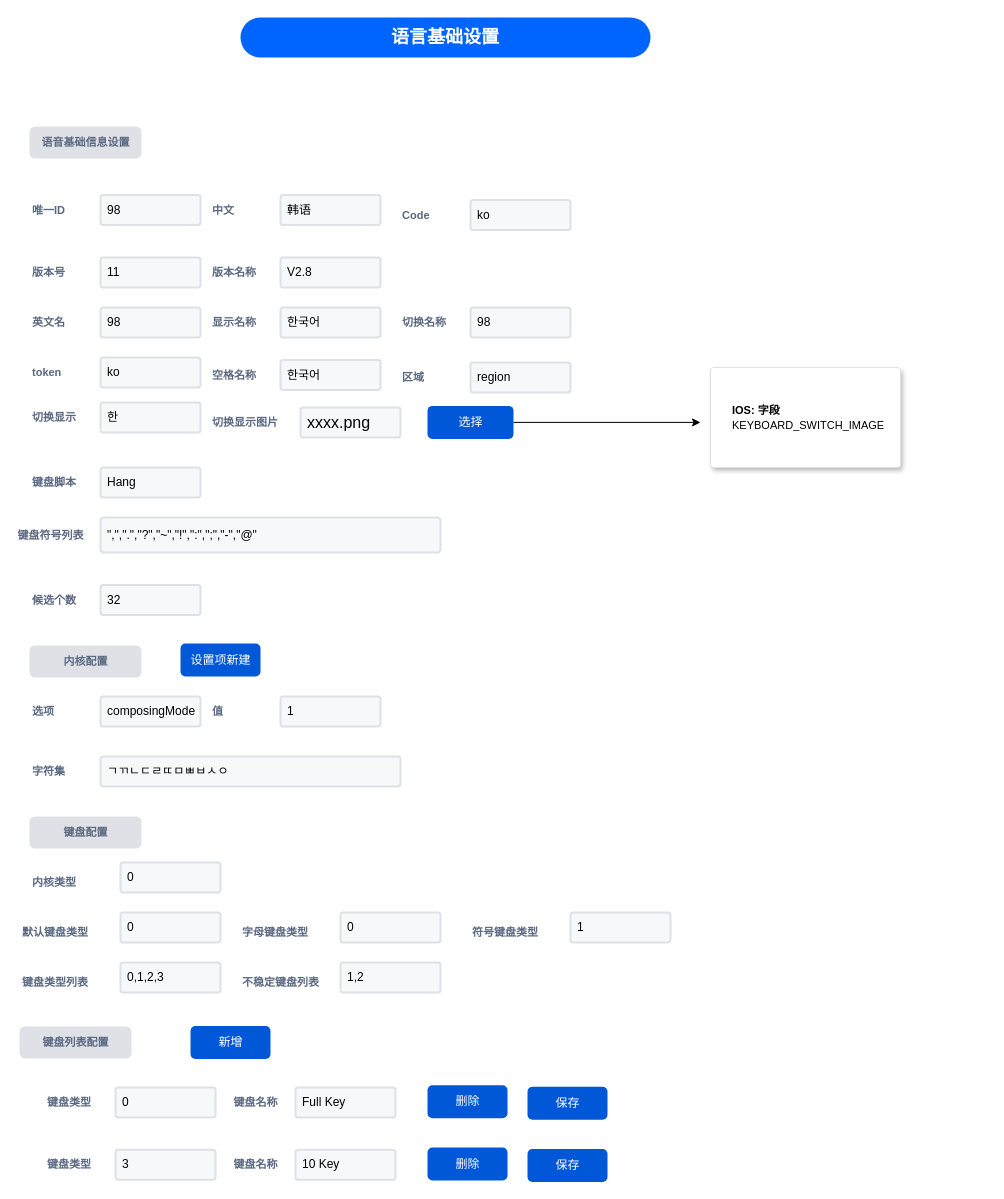
Before: layout-editor/语言基本信息.drawio in chonglv/charts, a draw.io diagram. Source tidied: cells renumbered, new cells numbered last; positions are measured from the earlier drawing's top-left corner, leaving out a move shared by most shapes. Both pictures are drawn from the tidied source at 100%, with x=0, y=0 at pixel (20, 17).
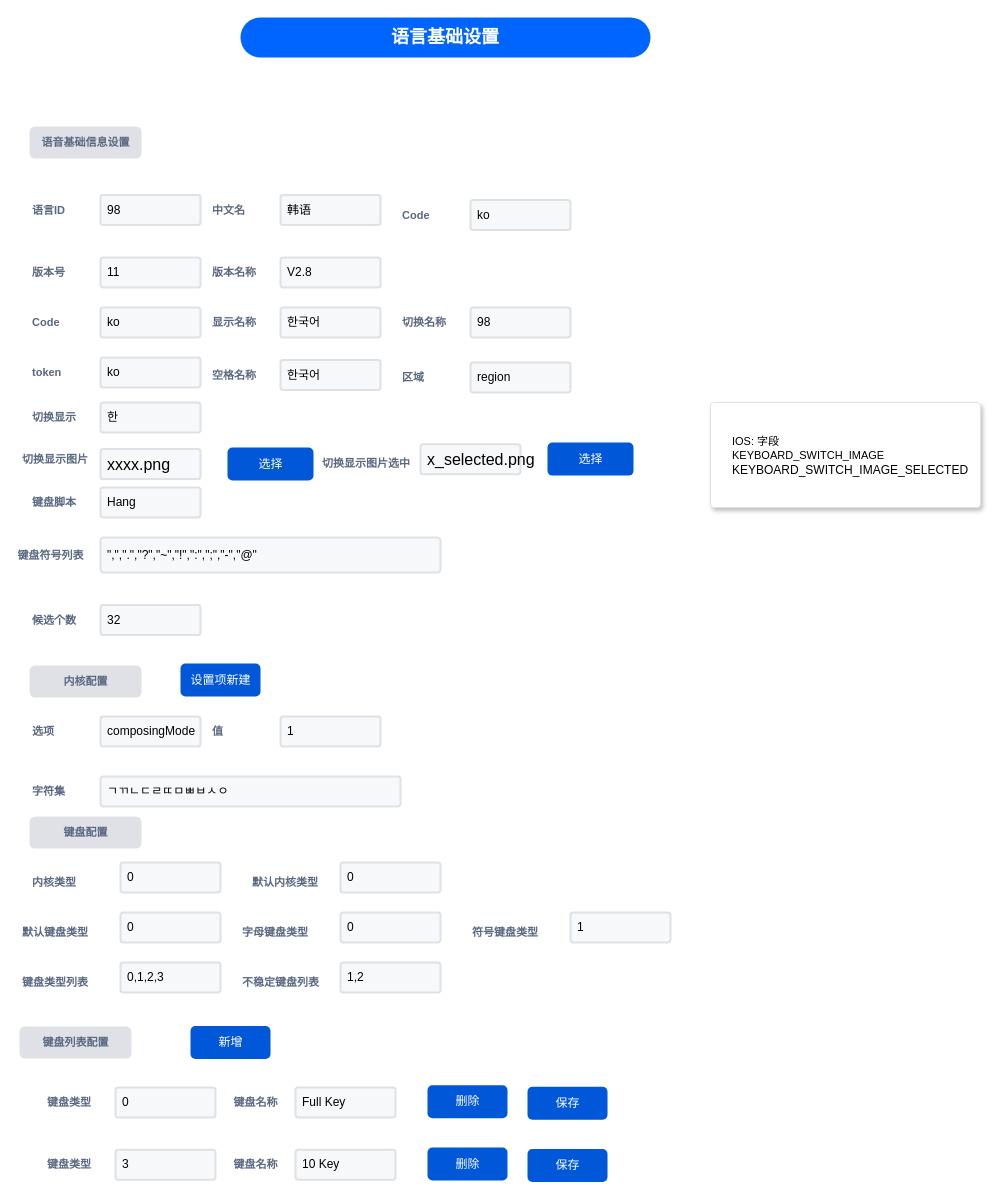
Above is the later version.

Commit message:
更新语言基本信息.drawio

Diff of the diagram source:
```diff
@@
-    <mxCell id="2" value="唯一ID" style="fillColor=none;strokeColor=none;html=1;fontSize=11;fontStyle=0;align=left;fontColor=#596780;fontStyle=1;fontSize=11;" parent="1" vertex="1">
+    <mxCell id="2" value="语言ID" style="fillColor=none;strokeColor=none;html=1;fontSize=11;fontStyle=0;align=left;fontColor=#596780;fontStyle=1;fontSize=11;" parent="1" vertex="1">
       <mxGeometry x="10" y="182.5" width="60" height="20" as="geometry" />
     </mxCell>
@@
-    <mxCell id="4" value="中文" style="fillColor=none;strokeColor=none;html=1;fontSize=11;fontStyle=0;align=left;fontColor=#596780;fontStyle=1;fontSize=11;" parent="1" vertex="1">
+    <mxCell id="4" value="中文名" style="fillColor=none;strokeColor=none;html=1;fontSize=11;fontStyle=0;align=left;fontColor=#596780;fontStyle=1;fontSize=11;" parent="1" vertex="1">
       <mxGeometry x="190" y="182.5" width="60" height="20" as="geometry" />
     </mxCell>
@@
     <mxCell id="12" value="选项" style="fillColor=none;strokeColor=none;html=1;fontSize=11;fontStyle=0;align=left;fontColor=#596780;fontStyle=1;fontSize=11;" parent="1" vertex="1">
-      <mxGeometry x="10" y="684" width="60" height="20" as="geometry" />
+      <mxGeometry x="10" y="704" width="60" height="20" as="geometry" />
     </mxCell>
     <mxCell id="13" value="composingMode" style="rounded=1;arcSize=9;fillColor=#F7F8F9;align=left;spacingLeft=5;strokeColor=#DEE1E6;html=1;strokeWidth=2;fontSize=12;" parent="1" vertex="1">
-      <mxGeometry x="80" y="679" width="100" height="30" as="geometry" />
+      <mxGeometry x="80" y="699" width="100" height="30" as="geometry" />
     </mxCell>
-    <mxCell id="14" value="英文名" style="fillColor=none;strokeColor=none;html=1;fontSize=11;fontStyle=0;align=left;fontColor=#596780;fontStyle=1;fontSize=11;" parent="1" vertex="1">
+    <mxCell id="14" value="Code" style="fillColor=none;strokeColor=none;html=1;fontSize=11;fontStyle=0;align=left;fontColor=#596780;fontStyle=1;fontSize=11;" parent="1" vertex="1">
       <mxGeometry x="10" y="295" width="60" height="20" as="geometry" />
     </mxCell>
-    <mxCell id="15" value="98" style="rounded=1;arcSize=9;fillColor=#F7F8F9;align=left;spacingLeft=5;strokeColor=#DEE1E6;html=1;strokeWidth=2;fontSize=12;" parent="1" vertex="1">
+    <mxCell id="15" value="ko" style="rounded=1;arcSize=9;fillColor=#F7F8F9;align=left;spacingLeft=5;strokeColor=#DEE1E6;html=1;strokeWidth=2;fontSize=12;" parent="1" vertex="1">
       <mxGeometry x="80" y="290" width="100" height="30" as="geometry" />
     </mxCell>
@@
     <mxCell id="22" value="候选个数" style="fillColor=none;strokeColor=none;html=1;fontSize=11;fontStyle=0;align=left;fontColor=#596780;fontStyle=1;fontSize=11;" parent="1" vertex="1">
-      <mxGeometry x="10" y="572.5" width="60" height="20" as="geometry" />
+      <mxGeometry x="10" y="592.5" width="60" height="20" as="geometry" />
     </mxCell>
     <mxCell id="23" value="32" style="rounded=1;arcSize=9;fillColor=#F7F8F9;align=left;spacingLeft=5;strokeColor=#DEE1E6;html=1;strokeWidth=2;fontSize=12;" parent="1" vertex="1">
-      <mxGeometry x="80" y="567.5" width="100" height="30" as="geometry" />
+      <mxGeometry x="80" y="587.5" width="100" height="30" as="geometry" />
     </mxCell>
     <mxCell id="24" value="字符集" style="fillColor=none;strokeColor=none;html=1;fontSize=11;fontStyle=0;align=left;fontColor=#596780;fontStyle=1;fontSize=11;" parent="1" vertex="1">
-      <mxGeometry x="10" y="744" width="60" height="20" as="geometry" />
+      <mxGeometry x="10" y="764" width="60" height="20" as="geometry" />
     </mxCell>
     <mxCell id="25" value="ㄱㄲㄴㄷㄹㄸㅁㅃㅂㅅㅇ" style="rounded=1;arcSize=9;fillColor=#F7F8F9;align=left;spacingLeft=5;strokeColor=#DEE1E6;html=1;strokeWidth=2;fontSize=12;" parent="1" vertex="1">
-      <mxGeometry x="80" y="739" width="300" height="30" as="geometry" />
+      <mxGeometry x="80" y="759" width="300" height="30" as="geometry" />
     </mxCell>
@@
     <mxCell id="32" value="&lt;span style=&quot;color: rgb(89 , 103 , 128) ; font-size: 11px ; text-align: left&quot;&gt;内核配置&lt;/span&gt;" style="dashed=0;html=1;rounded=1;fillColor=#DFE1E6;strokeColor=#DFE1E6;fontSize=12;align=center;fontStyle=1;strokeWidth=2;fontColor=#42526E;" parent="1" vertex="1">
-      <mxGeometry x="10" y="629" width="110" height="30" as="geometry" />
+      <mxGeometry x="10" y="649" width="110" height="30" as="geometry" />
     </mxCell>
     <mxCell id="33" value="设置项新建" style="rounded=1;fillColor=#0057D8;align=center;strokeColor=none;html=1;fontColor=#ffffff;fontSize=12;" parent="1" vertex="1">
-      <mxGeometry x="160" y="626" width="80" height="33" as="geometry" />
+      <mxGeometry x="160" y="646" width="80" height="33" as="geometry" />
     </mxCell>
     <mxCell id="34" value="值" style="fillColor=none;strokeColor=none;html=1;fontSize=11;fontStyle=0;align=left;fontColor=#596780;fontStyle=1;fontSize=11;" parent="1" vertex="1">
-      <mxGeometry x="190" y="684" width="60" height="20" as="geometry" />
+      <mxGeometry x="190" y="704" width="60" height="20" as="geometry" />
     </mxCell>
     <mxCell id="35" value="1" style="rounded=1;arcSize=9;fillColor=#F7F8F9;align=left;spacingLeft=5;strokeColor=#DEE1E6;html=1;strokeWidth=2;fontSize=12;" parent="1" vertex="1">
-      <mxGeometry x="260" y="679" width="100" height="30" as="geometry" />
+      <mxGeometry x="260" y="699" width="100" height="30" as="geometry" />
     </mxCell>
@@
     <mxCell id="40" value="键盘符号列表" style="fillColor=none;strokeColor=none;html=1;fontSize=11;fontStyle=0;align=center;fontColor=#596780;fontStyle=1;fontSize=11;" parent="1" vertex="1">
-      <mxGeometry y="507.5" width="60" height="20" as="geometry" />
+      <mxGeometry y="527.5" width="60" height="20" as="geometry" />
     </mxCell>
     <mxCell id="41" value="&quot;,&quot;,&quot;.&quot;,&quot;?&quot;,&quot;~&quot;,&quot;!&quot;,&quot;:&quot;,&quot;;&quot;,&quot;-&quot;,&quot;@&quot;" style="rounded=1;arcSize=9;fillColor=#F7F8F9;align=left;spacingLeft=5;strokeColor=#DEE1E6;html=1;strokeWidth=2;fontSize=12;" parent="1" vertex="1">
-      <mxGeometry x="80" y="500" width="340" height="35" as="geometry" />
+      <mxGeometry x="80" y="520" width="340" height="35" as="geometry" />
     </mxCell>
     <mxCell id="42" value="切换显示图片" style="fillColor=none;strokeColor=none;html=1;fontSize=11;fontStyle=0;align=left;fontColor=#596780;fontStyle=1;fontSize=11;" parent="1" vertex="1">
-      <mxGeometry x="190" y="395" width="60" height="20" as="geometry" />
+      <mxGeometry y="431.6" width="60" height="20" as="geometry" />
     </mxCell>
     <mxCell id="43" value="&lt;span lang=&quot;EN-US&quot; style=&quot;font-size: 12.0pt&quot;&gt;xxxx.png&lt;/span&gt;" style="rounded=1;arcSize=9;fillColor=#F7F8F9;align=left;spacingLeft=5;strokeColor=#DEE1E6;html=1;strokeWidth=2;fontSize=12;" parent="1" vertex="1">
-      <mxGeometry x="280" y="390" width="100" height="30" as="geometry" />
+      <mxGeometry x="80" y="431.6" width="100" height="30" as="geometry" />
     </mxCell>
-    <mxCell id="44" style="edgeStyle=orthogonalEdgeStyle;rounded=0;jettySize=auto;html=1;" parent="1" edge="1" source="45">
-      <mxGeometry relative="1" as="geometry">
-        <mxPoint x="680" y="404.9" as="targetPoint" />
-      </mxGeometry>
-    </mxCell>
     <mxCell id="45" value="选择" style="rounded=1;fillColor=#0057D8;align=center;strokeColor=none;html=1;fontColor=#ffffff;fontSize=12;" parent="1" vertex="1">
-      <mxGeometry x="407" y="388.4" width="86" height="33" as="geometry" />
+      <mxGeometry x="207" y="430" width="86" height="33" as="geometry" />
     </mxCell>
-    <mxCell id="46" value="&lt;font style=&quot;font-size: 11px&quot;&gt;&lt;b&gt;IOS: 字段&lt;br&gt;&lt;/b&gt;&lt;span lang=&quot;EN-US&quot;&gt;KEYBOARD_SWITCH_IMAGE&lt;/span&gt;&lt;/font&gt;&lt;b&gt;&lt;br&gt;&lt;/b&gt;" style="rounded=1;arcSize=3;fillColor=#ffffff;strokeColor=#DFE1E5;strokeWidth=1;shadow=1;align=left;html=1;whiteSpace=wrap;spacingLeft=20;spacingRight=20;fontSize=12;" parent="1" vertex="1">
-      <mxGeometry x="690" y="350" width="190" height="100" as="geometry" />
+    <mxCell id="46" value="&lt;font style=&quot;font-size: 11px&quot;&gt;IOS: 字段&lt;br&gt;&lt;span lang=&quot;EN-US&quot;&gt;KEYBOARD_SWITCH_IMAGE&lt;br&gt;&lt;/span&gt;&lt;/font&gt;KEYBOARD_SWITCH_IMAGE_SELECTED" style="rounded=1;arcSize=3;fillColor=#ffffff;strokeColor=#DFE1E5;strokeWidth=1;shadow=1;align=left;html=1;whiteSpace=wrap;spacingLeft=20;spacingRight=20;fontSize=12;" parent="1" vertex="1">
+      <mxGeometry x="690" y="385" width="270" height="105" as="geometry" />
     </mxCell>
     <mxCell id="47" value="键盘脚本" style="fillColor=none;strokeColor=none;html=1;fontSize=11;fontStyle=0;align=left;fontColor=#596780;fontStyle=1;fontSize=11;" parent="1" vertex="1">
-      <mxGeometry x="10" y="455" width="60" height="20" as="geometry" />
+      <mxGeometry x="10" y="475" width="60" height="20" as="geometry" />
     </mxCell>
     <mxCell id="48" value="Hang" style="rounded=1;arcSize=9;fillColor=#F7F8F9;align=left;spacingLeft=5;strokeColor=#DEE1E6;html=1;strokeWidth=2;fontSize=12;" parent="1" vertex="1">
-      <mxGeometry x="80" y="450" width="100" height="30" as="geometry" />
+      <mxGeometry x="80" y="470" width="100" height="30" as="geometry" />
     </mxCell>
@@
+    <mxCell id="74" value="默认内核类型" style="fillColor=none;strokeColor=none;html=1;fontSize=11;fontStyle=0;align=left;fontColor=#596780;fontStyle=1;fontSize=11;" parent="1" vertex="1">
+      <mxGeometry x="230" y="855" width="60" height="20" as="geometry" />
+    </mxCell>
+    <mxCell id="75" value="0" style="rounded=1;arcSize=9;fillColor=#F7F8F9;align=left;spacingLeft=5;strokeColor=#DEE1E6;html=1;strokeWidth=2;fontSize=12;" parent="1" vertex="1">
+      <mxGeometry x="320" y="845" width="100" height="30" as="geometry" />
+    </mxCell>
+    <mxCell id="76" value="&lt;span lang=&quot;EN-US&quot; style=&quot;font-size: 12.0pt&quot;&gt;x_selected.png&lt;/span&gt;" style="rounded=1;arcSize=9;fillColor=#F7F8F9;align=left;spacingLeft=5;strokeColor=#DEE1E6;html=1;strokeWidth=2;fontSize=12;" parent="1" vertex="1">
+      <mxGeometry x="400" y="426.7" width="100" height="30" as="geometry" />
+    </mxCell>
+    <mxCell id="77" value="选择" style="rounded=1;fillColor=#0057D8;align=center;strokeColor=none;html=1;fontColor=#ffffff;fontSize=12;" parent="1" vertex="1">
+      <mxGeometry x="527" y="425.1" width="86" height="33" as="geometry" />
+    </mxCell>
+    <mxCell id="78" value="切换显示图片选中" style="fillColor=none;strokeColor=none;html=1;fontSize=11;fontStyle=0;align=left;fontColor=#596780;fontStyle=1;fontSize=11;" parent="1" vertex="1">
+      <mxGeometry x="300" y="435.5" width="60" height="20" as="geometry" />
+    </mxCell>
```
